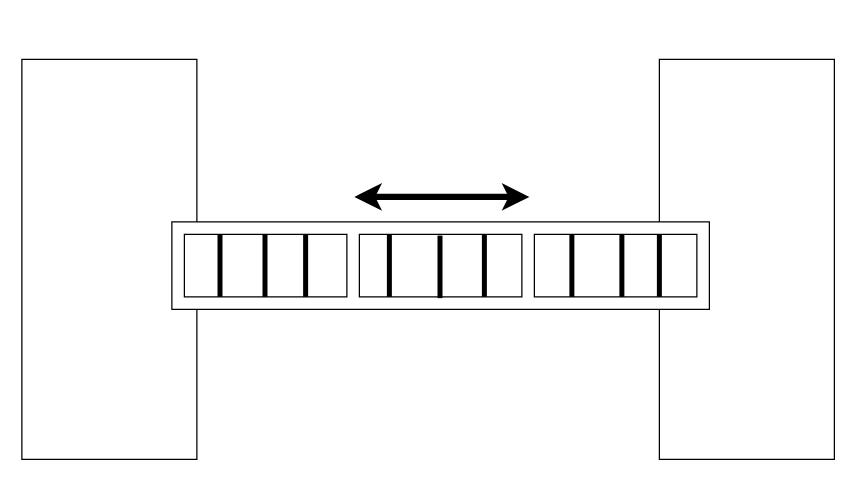
oscaralfrm/Actividades-de-Practica keeps this draw.io diagram as Comunicaciones2.drawio. Above is the earlier version. Source tidied: cells renumbered, new cells numbered last; positions are measured from the earlier drawing's top-left corner, leaving out a move shared by most shapes. Both pictures are drawn from the tidied source at 125%, with x=0, y=0 at pixel (21, 59).
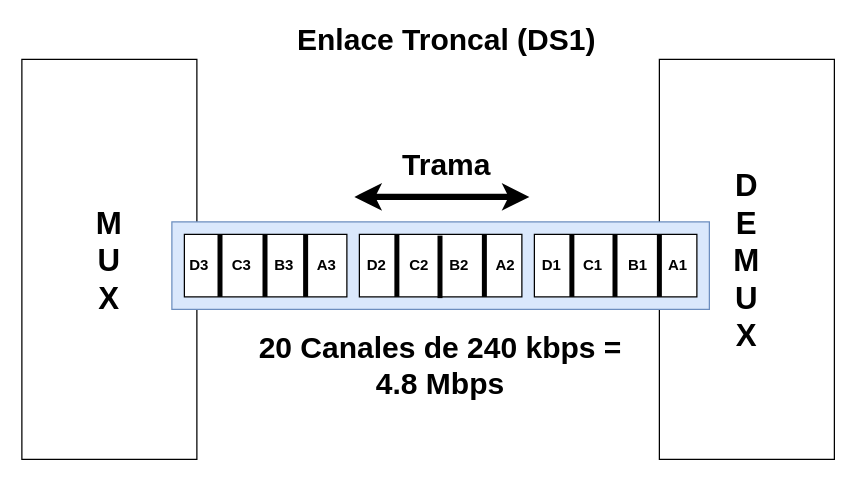
Above is the later version.

What changed in the source:
```diff
@@
-    <mxCell id="2" style="rounded=0;whiteSpace=wrap;html=1;" parent="1" vertex="1">
+    <mxCell id="2" value="&lt;b&gt;&lt;font style=&quot;font-size: 25px;&quot;&gt;M&lt;/font&gt;&lt;/b&gt;&lt;div&gt;&lt;b&gt;&lt;font style=&quot;font-size: 25px;&quot;&gt;U&lt;/font&gt;&lt;/b&gt;&lt;/div&gt;&lt;div&gt;&lt;b&gt;&lt;font style=&quot;font-size: 25px;&quot;&gt;X&lt;/font&gt;&lt;/b&gt;&lt;/div&gt;" style="rounded=0;whiteSpace=wrap;html=1;" parent="1" vertex="1">
       <mxGeometry width="140" height="320" as="geometry" />
     </mxCell>
-    <mxCell id="3" style="rounded=0;whiteSpace=wrap;html=1;" parent="1" vertex="1">
+    <mxCell id="3" value="&lt;font style=&quot;font-size: 25px;&quot;&gt;&lt;b&gt;D&lt;/b&gt;&lt;/font&gt;&lt;div style=&quot;font-size: 25px;&quot;&gt;&lt;font style=&quot;font-size: 25px;&quot;&gt;&lt;b&gt;E&lt;/b&gt;&lt;/font&gt;&lt;/div&gt;&lt;div style=&quot;font-size: 25px;&quot;&gt;&lt;font style=&quot;font-size: 25px;&quot;&gt;&lt;b&gt;M&lt;/b&gt;&lt;/font&gt;&lt;/div&gt;&lt;div style=&quot;font-size: 25px;&quot;&gt;&lt;font style=&quot;font-size: 25px;&quot;&gt;&lt;b&gt;U&lt;/b&gt;&lt;/font&gt;&lt;/div&gt;&lt;div style=&quot;font-size: 25px;&quot;&gt;&lt;font style=&quot;font-size: 25px;&quot;&gt;&lt;b&gt;X&lt;/b&gt;&lt;/font&gt;&lt;/div&gt;" style="rounded=0;whiteSpace=wrap;html=1;" parent="1" vertex="1">
       <mxGeometry x="510" width="140" height="320" as="geometry" />
     </mxCell>
-    <mxCell id="4" style="whiteSpace=wrap;html=1;" parent="1" vertex="1">
+    <mxCell id="4" style="whiteSpace=wrap;html=1;fillColor=#dae8fc;strokeColor=#6c8ebf;" parent="1" vertex="1">
       <mxGeometry x="120" y="130" width="430" height="70" as="geometry" />
     </mxCell>
@@
     <mxCell id="11" style="endArrow=none;html=1;rounded=0;entryX=0.25;entryY=0;entryDx=0;entryDy=0;exitX=0.25;exitY=1;exitDx=0;exitDy=0;targetPerimeterSpacing=0;strokeWidth=4;" parent="1" edge="1">
       <mxGeometry relative="1" as="geometry">
-        <mxPoint x="294" y="190" as="sourcePoint" />
-        <mxPoint x="294" y="140" as="targetPoint" />
+        <mxPoint x="300" y="190" as="sourcePoint" />
+        <mxPoint x="300" y="140" as="targetPoint" />
       </mxGeometry>
     </mxCell>
@@
     <mxCell id="15" style="endArrow=none;html=1;rounded=0;entryX=0.25;entryY=0;entryDx=0;entryDy=0;exitX=0.25;exitY=1;exitDx=0;exitDy=0;targetPerimeterSpacing=0;strokeWidth=4;" parent="1" edge="1">
       <mxGeometry relative="1" as="geometry">
-        <mxPoint x="480" y="190" as="sourcePoint" />
-        <mxPoint x="480" y="140" as="targetPoint" />
+        <mxPoint x="474.5" y="190" as="sourcePoint" />
+        <mxPoint x="474.5" y="140" as="targetPoint" />
       </mxGeometry>
     </mxCell>
@@
+    <mxCell id="18" value="&lt;font style=&quot;font-size: 24px;&quot;&gt;Enlace Troncal (DS1)&lt;/font&gt;" style="text;html=1;align=center;verticalAlign=middle;whiteSpace=wrap;rounded=0;strokeWidth=0;fontSize=24;fontStyle=1;" parent="1" vertex="1">
+      <mxGeometry x="210" y="-30" width="260" height="30" as="geometry" />
+    </mxCell>
+    <mxCell id="19" value="&lt;font style=&quot;font-size: 24px;&quot;&gt;Trama&lt;/font&gt;" style="text;html=1;align=center;verticalAlign=middle;whiteSpace=wrap;rounded=0;strokeWidth=0;fontSize=24;fontStyle=1;" parent="1" vertex="1">
+      <mxGeometry x="210" y="70" width="260" height="30" as="geometry" />
+    </mxCell>
+    <mxCell id="20" value="D3" style="text;html=1;align=center;verticalAlign=middle;whiteSpace=wrap;rounded=0;fontStyle=1;" parent="1" vertex="1">
+      <mxGeometry x="112" y="150" width="60" height="30" as="geometry" />
+    </mxCell>
+    <mxCell id="21" value="C3" style="text;html=1;align=center;verticalAlign=middle;whiteSpace=wrap;rounded=0;fontStyle=1;" parent="1" vertex="1">
+      <mxGeometry x="146" y="150" width="60" height="30" as="geometry" />
+    </mxCell>
+    <mxCell id="22" value="B3" style="text;html=1;align=center;verticalAlign=middle;whiteSpace=wrap;rounded=0;fontStyle=1;" parent="1" vertex="1">
+      <mxGeometry x="180" y="150" width="60" height="30" as="geometry" />
+    </mxCell>
+    <mxCell id="23" value="A3" style="text;html=1;align=center;verticalAlign=middle;whiteSpace=wrap;rounded=0;fontStyle=1;" parent="1" vertex="1">
+      <mxGeometry x="214" y="150" width="60" height="30" as="geometry" />
+    </mxCell>
+    <mxCell id="24" value="D2" style="text;html=1;align=center;verticalAlign=middle;whiteSpace=wrap;rounded=0;fontStyle=1;" parent="1" vertex="1">
+      <mxGeometry x="254" y="150" width="60" height="30" as="geometry" />
+    </mxCell>
+    <mxCell id="25" value="C2" style="text;html=1;align=center;verticalAlign=middle;whiteSpace=wrap;rounded=0;fontStyle=1;" parent="1" vertex="1">
+      <mxGeometry x="288" y="150" width="60" height="30" as="geometry" />
+    </mxCell>
+    <mxCell id="26" value="B2" style="text;html=1;align=center;verticalAlign=middle;whiteSpace=wrap;rounded=0;fontStyle=1;" parent="1" vertex="1">
+      <mxGeometry x="320" y="150" width="60" height="30" as="geometry" />
+    </mxCell>
+    <mxCell id="27" value="A2" style="text;html=1;align=center;verticalAlign=middle;whiteSpace=wrap;rounded=0;fontStyle=1;" parent="1" vertex="1">
+      <mxGeometry x="357" y="150" width="60" height="30" as="geometry" />
+    </mxCell>
+    <mxCell id="28" value="D1" style="text;html=1;align=center;verticalAlign=middle;whiteSpace=wrap;rounded=0;fontStyle=1;" parent="1" vertex="1">
+      <mxGeometry x="394" y="150" width="60" height="30" as="geometry" />
+    </mxCell>
+    <mxCell id="29" value="C1" style="text;html=1;align=center;verticalAlign=middle;whiteSpace=wrap;rounded=0;fontStyle=1;" parent="1" vertex="1">
+      <mxGeometry x="427" y="150" width="60" height="30" as="geometry" />
+    </mxCell>
+    <mxCell id="30" value="B1" style="text;html=1;align=center;verticalAlign=middle;whiteSpace=wrap;rounded=0;fontStyle=1;" parent="1" vertex="1">
+      <mxGeometry x="463" y="150" width="60" height="30" as="geometry" />
+    </mxCell>
+    <mxCell id="31" value="A1" style="text;html=1;align=center;verticalAlign=middle;whiteSpace=wrap;rounded=0;fontStyle=1;" parent="1" vertex="1">
+      <mxGeometry x="495" y="150" width="60" height="30" as="geometry" />
+    </mxCell>
+    <mxCell id="32" value="&lt;font style=&quot;font-size: 24px;&quot;&gt;20 Canales de 240 kbps = 4.8 Mbps&lt;/font&gt;" style="text;html=1;align=center;verticalAlign=middle;whiteSpace=wrap;rounded=0;strokeWidth=0;fontSize=24;fontStyle=1;" parent="1" vertex="1">
+      <mxGeometry x="186" y="230" width="298" height="30" as="geometry" />
+    </mxCell>
```
